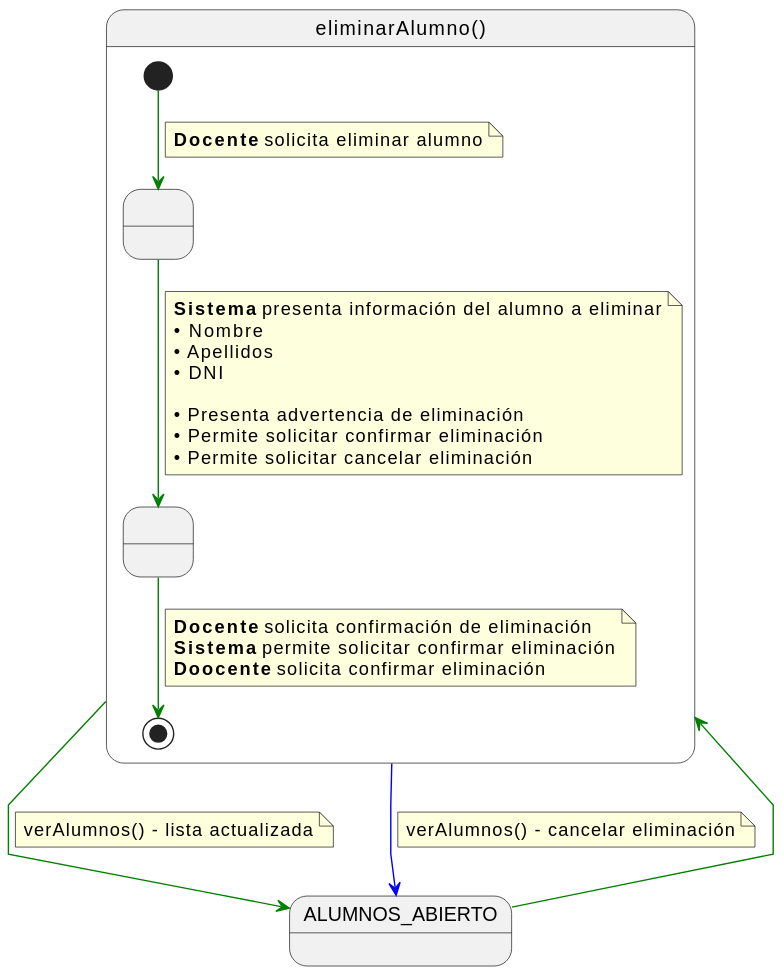
This is documents/casos-de-uso/detalladoCasosDeUso/eliminarAlumno/eliminarAlumno.svg from martinlopez7/25-26-IdSw1-SdR, a PlantUML export, as it was before one commit. Its diagram source:
```plantuml
@startuml
skinparam linetype polyline

state eliminarAlumno as "eliminarAlumno()" {

    state " " as ConfirmandoEliminacion
    state " " as EliminandoAlumno

    [*] -[#green]-> ConfirmandoEliminacion
    note on link
    <b>Docente</b> solicita eliminar alumno
    end note

    ConfirmandoEliminacion -[#green]-> EliminandoAlumno
    note on link
    <b>Sistema</b> presenta información del alumno a eliminar
    • Nombre
    • Apellidos
    • DNI

    • Presenta advertencia de eliminación
    • Permite solicitar confirmar eliminación
    • Permite solicitar cancelar eliminación
    end note

    EliminandoAlumno -[#green]-> [*]
    note on link
    <b>Docente</b> solicita confirmación de eliminación
    <b>Sistema</b> permite solicitar confirmar eliminación
    <b>Doocente</b> solicita confirmar eliminación
    end note
}

ALUMNOS_ABIERTO -[#green]-> eliminarAlumno

eliminarAlumno -[#green]-> ALUMNOS_ABIERTO
note on link
verAlumnos() - lista actualizada
end note

eliminarAlumno -[#blue]-> ALUMNOS_ABIERTO
note on link
verAlumnos() - cancelar eliminación
end note
@enduml
```
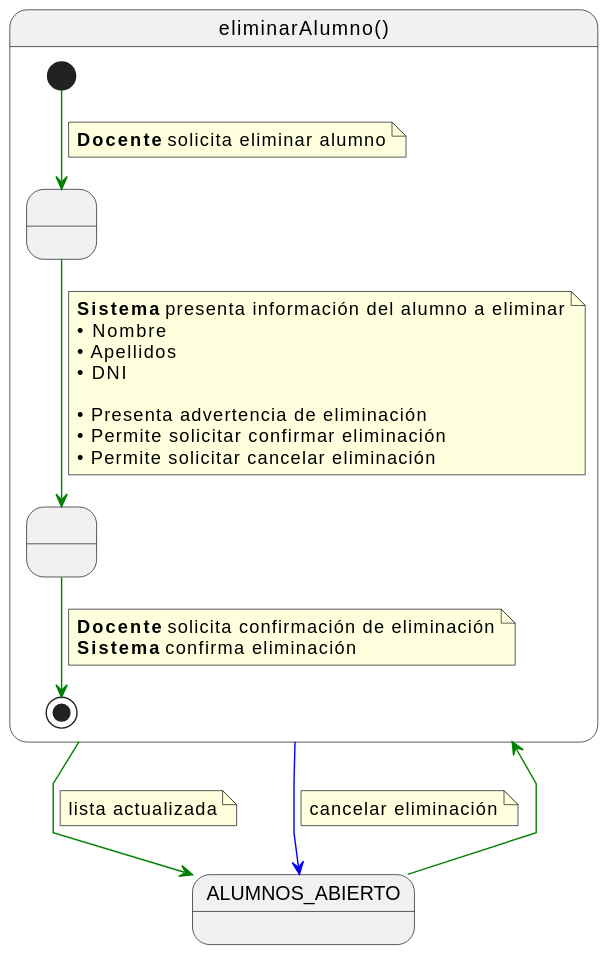
After the commit.

The edit, as a diff of the source:
```diff
@@ -26,8 +26,7 @@
     EliminandoAlumno -[#green]-> [*]
     note on link
     <b>Docente</b> solicita confirmación de eliminación
-    <b>Sistema</b> permite solicitar confirmar eliminación
-    <b>Doocente</b> solicita confirmar eliminación
+    <b>Sistema</b> confirma eliminación
     end note
 }
 
@@ -35,11 +34,11 @@
 
 eliminarAlumno -[#green]-> ALUMNOS_ABIERTO
 note on link
-verAlumnos() - lista actualizada
+lista actualizada
 end note
 
 eliminarAlumno -[#blue]-> ALUMNOS_ABIERTO
 note on link
-verAlumnos() - cancelar eliminación
+cancelar eliminación
 end note
 @enduml
```
